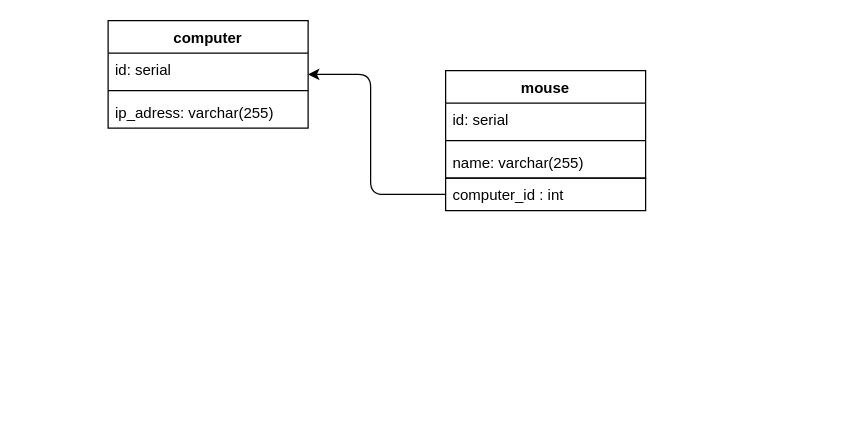
KarnaukhovKirill/job4j_design keeps this draw.io diagram as Untitled Diagram.drawio. Above is the earlier version. Source tidied: cells renumbered, new cells numbered last; positions are measured from the earlier drawing's top-left corner, leaving out a move shared by most shapes. Both pictures are drawn from the tidied source at 125%, with x=0, y=0 at pixel (108, 20).
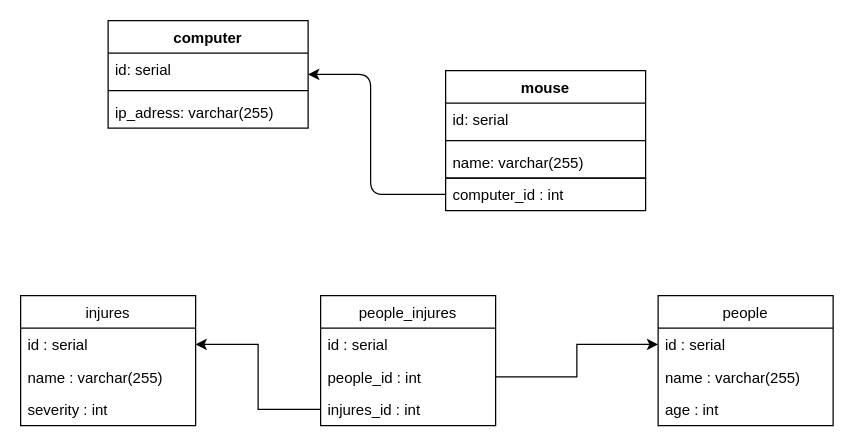
After the change.

What changed in the source:
```diff
@@
+    <mxCell id="12" value="people_injures" style="swimlane;fontStyle=0;horizontal=1;startSize=26;fillColor=none;sketch=0;strokeColor=#000000;" parent="1" vertex="1">
+      <mxGeometry x="170" y="220" width="140" height="104" as="geometry" />
+    </mxCell>
+    <mxCell id="13" value="id : serial" style="text;strokeColor=none;fillColor=none;align=left;verticalAlign=top;spacingLeft=4;spacingRight=4;overflow=hidden;" parent="12" vertex="1">
+      <mxGeometry y="26" width="140" height="26" as="geometry" />
+    </mxCell>
+    <mxCell id="14" value="people_id : int" style="text;strokeColor=none;fillColor=none;align=left;verticalAlign=top;spacingLeft=4;spacingRight=4;overflow=hidden;points=[[0,0.5],[1,0.5]];portConstraint=eastwest;" parent="12" vertex="1">
+      <mxGeometry y="52" width="140" height="26" as="geometry" />
+    </mxCell>
+    <mxCell id="15" value="injures_id : int" style="text;strokeColor=none;fillColor=none;align=left;verticalAlign=top;spacingLeft=4;spacingRight=4;overflow=hidden;points=[[0,0.5],[1,0.5]];portConstraint=eastwest;" parent="12" vertex="1">
+      <mxGeometry y="78" width="140" height="26" as="geometry" />
+    </mxCell>
+    <mxCell id="16" value="people" style="swimlane;fontStyle=0;horizontal=1;startSize=26;fillColor=none;sketch=0;strokeColor=#000000;" parent="1" vertex="1">
+      <mxGeometry x="440" y="220" width="140" height="104" as="geometry" />
+    </mxCell>
+    <mxCell id="17" value="id : serial" style="text;strokeColor=none;fillColor=none;align=left;verticalAlign=top;spacingLeft=4;spacingRight=4;overflow=hidden;points=[[0,0.5],[1,0.5]];portConstraint=eastwest;" parent="16" vertex="1">
+      <mxGeometry y="26" width="140" height="26" as="geometry" />
+    </mxCell>
+    <mxCell id="18" value="name : varchar(255)" style="text;strokeColor=none;fillColor=none;align=left;verticalAlign=top;spacingLeft=4;spacingRight=4;overflow=hidden;" parent="16" vertex="1">
+      <mxGeometry y="52" width="140" height="26" as="geometry" />
+    </mxCell>
+    <mxCell id="19" value="age : int" style="text;strokeColor=none;fillColor=none;align=left;verticalAlign=top;spacingLeft=4;spacingRight=4;overflow=hidden;" parent="16" vertex="1">
+      <mxGeometry y="78" width="140" height="26" as="geometry" />
+    </mxCell>
+    <mxCell id="20" value="injures" style="swimlane;fontStyle=0;horizontal=1;startSize=26;fillColor=none;sketch=0;strokeColor=#000000;" parent="1" vertex="1">
+      <mxGeometry x="-70" y="220" width="140" height="104" as="geometry" />
+    </mxCell>
+    <mxCell id="21" value="id : serial" style="text;strokeColor=none;fillColor=none;align=left;verticalAlign=top;spacingLeft=4;spacingRight=4;overflow=hidden;points=[[0,0.5],[1,0.5]];portConstraint=eastwest;" parent="20" vertex="1">
+      <mxGeometry y="26" width="140" height="26" as="geometry" />
+    </mxCell>
+    <mxCell id="22" value="name : varchar(255)" style="text;strokeColor=none;fillColor=none;align=left;verticalAlign=top;spacingLeft=4;spacingRight=4;overflow=hidden;" parent="20" vertex="1">
+      <mxGeometry y="52" width="140" height="26" as="geometry" />
+    </mxCell>
+    <mxCell id="23" value="severity : int" style="text;strokeColor=none;fillColor=none;align=left;verticalAlign=top;spacingLeft=4;spacingRight=4;overflow=hidden;" parent="20" vertex="1">
+      <mxGeometry y="78" width="140" height="26" as="geometry" />
+    </mxCell>
+    <mxCell id="24" style="edgeStyle=orthogonalEdgeStyle;rounded=0;jettySize=auto;html=1;exitX=0;exitY=0.5;exitDx=0;exitDy=0;entryX=1;entryY=0.5;entryDx=0;entryDy=0;" parent="1" edge="1" source="15" target="21">
+      <mxGeometry relative="1" as="geometry" />
+    </mxCell>
+    <mxCell id="25" style="edgeStyle=orthogonalEdgeStyle;rounded=0;jettySize=auto;html=1;exitX=1;exitY=0.5;exitDx=0;exitDy=0;entryX=0;entryY=0.5;entryDx=0;entryDy=0;" parent="1" edge="1" source="14" target="17">
+      <mxGeometry relative="1" as="geometry" />
+    </mxCell>
```
